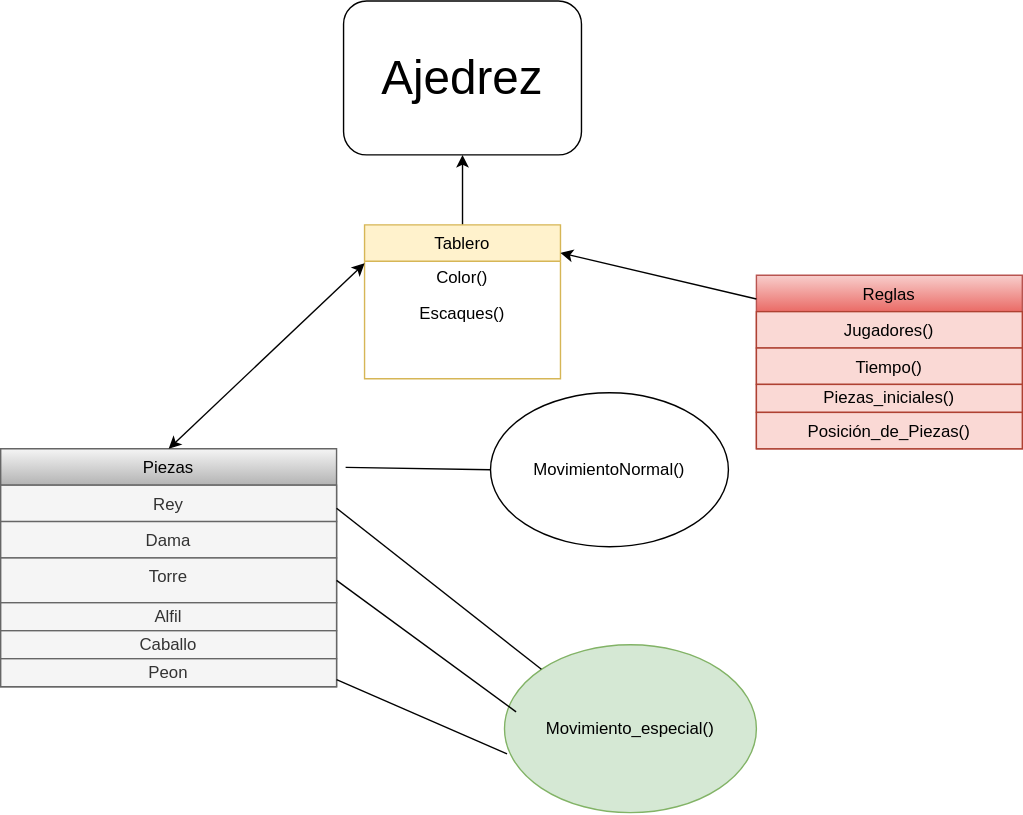
Before: ChessDiagram.svg, a diagram exported from draw.io (BROC95/JavaExerciseMinTicUTP). Source tidied: cells renumbered, new cells last; positions are measured from the earlier drawing's top-left corner, leaving out a move shared by most shapes. Source of this version:
```xml
<mxGraphModel>
  <root>
    <mxCell id="0" />
    <mxCell id="1" parent="0" />
    <mxCell id="2" value="Piezas" style="swimlane;fontStyle=0;horizontal=1;startSize=26;fillColor=#f5f5f5;strokeColor=#666666;gradientColor=#b3b3b3;" parent="1" vertex="1">
      <mxGeometry y="320" width="240" height="170" as="geometry" />
    </mxCell>
    <mxCell id="3" value="Rey" style="text;strokeColor=#666666;fillColor=#f5f5f5;align=center;verticalAlign=top;spacingLeft=4;spacingRight=4;overflow=hidden;fontColor=#333333;" parent="2" vertex="1">
      <mxGeometry y="26" width="240" height="26" as="geometry" />
    </mxCell>
    <mxCell id="4" value="Dama" style="text;strokeColor=#666666;fillColor=#f5f5f5;align=center;verticalAlign=top;spacingLeft=4;spacingRight=4;overflow=hidden;fontColor=#333333;" parent="2" vertex="1">
      <mxGeometry y="52" width="240" height="26" as="geometry" />
    </mxCell>
    <mxCell id="5" value="Torre" style="text;strokeColor=#666666;fillColor=#f5f5f5;align=center;verticalAlign=top;spacingLeft=4;spacingRight=4;overflow=hidden;points=[[0,0.5],[1,0.5]];portConstraint=eastwest;fontColor=#333333;" parent="2" vertex="1">
      <mxGeometry y="78" width="240" height="32" as="geometry" />
    </mxCell>
    <mxCell id="6" value="Alfil" style="text;html=1;strokeColor=#666666;fillColor=#f5f5f5;align=center;verticalAlign=middle;whiteSpace=wrap;rounded=0;fontColor=#333333;" parent="2" vertex="1">
      <mxGeometry y="110" width="240" height="20" as="geometry" />
    </mxCell>
    <mxCell id="7" value="Caballo" style="text;html=1;strokeColor=#666666;fillColor=#f5f5f5;align=center;verticalAlign=middle;whiteSpace=wrap;rounded=0;fontColor=#333333;" parent="2" vertex="1">
      <mxGeometry y="130" width="240" height="20" as="geometry" />
    </mxCell>
    <mxCell id="8" value="Peon" style="text;html=1;strokeColor=#666666;fillColor=#f5f5f5;align=center;verticalAlign=middle;whiteSpace=wrap;rounded=0;fontColor=#333333;" parent="2" vertex="1">
      <mxGeometry y="150" width="240" height="20" as="geometry" />
    </mxCell>
    <mxCell id="9" style="edgeStyle=orthogonalEdgeStyle;rounded=0;jettySize=auto;html=1;" parent="1" edge="1" source="10" target="25">
      <mxGeometry relative="1" as="geometry" />
    </mxCell>
    <mxCell id="10" value="Tablero" style="swimlane;fontStyle=0;horizontal=1;startSize=26;align=center;fillColor=#fff2cc;strokeColor=#d6b656;" parent="1" vertex="1">
      <mxGeometry x="260" y="160" width="140" height="110" as="geometry" />
    </mxCell>
    <mxCell id="11" value="Color()" style="text;html=1;strokeColor=none;fillColor=none;align=center;verticalAlign=middle;whiteSpace=wrap;rounded=0;" parent="10" vertex="1">
      <mxGeometry y="26" width="140" height="24" as="geometry" />
    </mxCell>
    <mxCell id="12" value="Escaques()" style="text;strokeColor=none;fillColor=none;align=center;verticalAlign=top;spacingLeft=4;spacingRight=4;overflow=hidden;" parent="10" vertex="1">
      <mxGeometry y="50" width="140" height="60" as="geometry" />
    </mxCell>
    <mxCell id="13" value="MovimientoNormal()" style="ellipse;whiteSpace=wrap;html=1;gradientColor=#FFFFFF;align=center;" parent="1" vertex="1">
      <mxGeometry x="350" y="280" width="170" height="110" as="geometry" />
    </mxCell>
    <mxCell id="14" value="Movimiento_especial()" style="ellipse;whiteSpace=wrap;html=1;align=center;labelBackgroundColor=none;fillColor=#d5e8d4;strokeColor=#82b366;" parent="1" vertex="1">
      <mxGeometry x="360" y="460" width="180" height="120" as="geometry" />
    </mxCell>
    <mxCell id="15" style="endArrow=none;html=1;exitX=1.027;exitY=0.078;exitDx=0;exitDy=0;exitPerimeter=0;entryX=0;entryY=0.5;entryDx=0;entryDy=0;" parent="1" edge="1" source="2" target="13">
      <mxGeometry relative="1" as="geometry" />
    </mxCell>
    <mxCell id="16" style="endArrow=none;html=1;exitX=1;exitY=0.75;exitDx=0;exitDy=0;entryX=0.01;entryY=0.65;entryDx=0;entryDy=0;entryPerimeter=0;" parent="1" edge="1" source="8" target="14">
      <mxGeometry relative="1" as="geometry" />
    </mxCell>
    <mxCell id="17" style="endArrow=none;html=1;exitX=1;exitY=0.25;exitDx=0;exitDy=0;entryX=0;entryY=0;entryDx=0;entryDy=0;" parent="1" edge="1" source="2" target="14">
      <mxGeometry relative="1" as="geometry" />
    </mxCell>
    <mxCell id="18" style="endArrow=none;html=1;entryX=0.046;entryY=0.4;entryDx=0;entryDy=0;entryPerimeter=0;exitX=1;exitY=0.5;exitDx=0;exitDy=0;" parent="1" edge="1" source="5" target="14">
      <mxGeometry relative="1" as="geometry" />
    </mxCell>
    <mxCell id="19" style="endArrow=classic;startArrow=classic;html=1;exitX=0.5;exitY=0;exitDx=0;exitDy=0;entryX=0;entryY=0.25;entryDx=0;entryDy=0;" parent="1" edge="1" source="2" target="10">
      <mxGeometry relative="1" as="geometry" />
    </mxCell>
    <mxCell id="20" value="Reglas" style="swimlane;fontStyle=0;horizontal=1;startSize=26;align=center;fillColor=#f8cecc;strokeColor=#b85450;gradientColor=#ea6b66;" parent="1" vertex="1">
      <mxGeometry x="540" y="196" width="190" height="124" as="geometry" />
    </mxCell>
    <mxCell id="21" value="Jugadores()" style="text;strokeColor=#ae4132;fillColor=#fad9d5;align=center;verticalAlign=top;spacingLeft=4;spacingRight=4;overflow=hidden;" parent="20" vertex="1">
      <mxGeometry y="26" width="190" height="26" as="geometry" />
    </mxCell>
    <mxCell id="22" value="Tiempo()" style="text;strokeColor=#ae4132;fillColor=#fad9d5;align=center;verticalAlign=top;spacingLeft=4;spacingRight=4;overflow=hidden;" parent="20" vertex="1">
      <mxGeometry y="52" width="190" height="26" as="geometry" />
    </mxCell>
    <mxCell id="23" value="Piezas_iniciales()" style="text;html=1;strokeColor=#ae4132;fillColor=#fad9d5;align=center;verticalAlign=middle;whiteSpace=wrap;rounded=0;" parent="20" vertex="1">
      <mxGeometry y="78" width="190" height="20" as="geometry" />
    </mxCell>
    <mxCell id="24" value="Posición_de_Piezas()" style="text;strokeColor=#ae4132;fillColor=#fad9d5;align=center;verticalAlign=top;spacingLeft=4;spacingRight=4;overflow=hidden;" parent="20" vertex="1">
      <mxGeometry y="98" width="190" height="26" as="geometry" />
    </mxCell>
    <mxCell id="25" value="&lt;font style=&quot;font-size: 34px&quot;&gt;Ajedrez&lt;/font&gt;" style="rounded=1;whiteSpace=wrap;html=1;gradientColor=#FFFFFF;align=center;" parent="1" vertex="1">
      <mxGeometry x="245" width="170" height="110" as="geometry" />
    </mxCell>
    <mxCell id="26" style="endArrow=classic;html=1;entryX=1;entryY=0.182;entryDx=0;entryDy=0;entryPerimeter=0;exitX=0;exitY=0.137;exitDx=0;exitDy=0;exitPerimeter=0;" parent="1" edge="1" source="20" target="10">
      <mxGeometry relative="1" as="geometry" />
    </mxCell>
  </root>
</mxGraphModel>
```
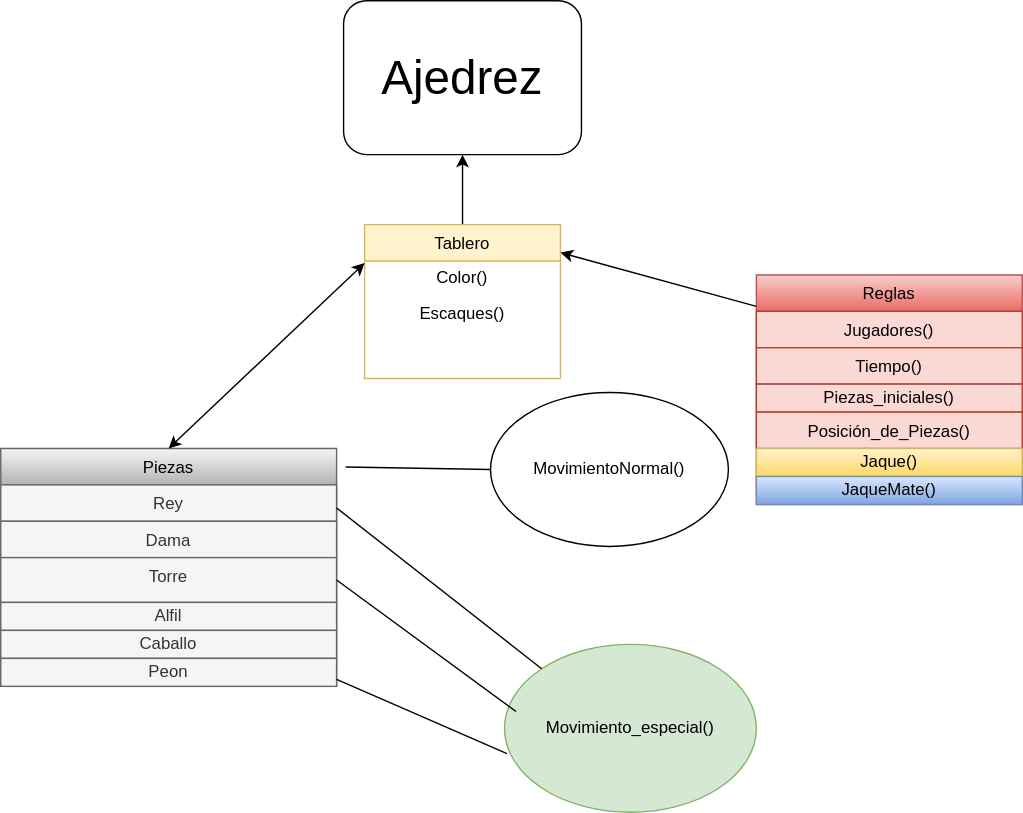
After the change.

Change to the diagram source:
```diff
@@ -57,7 +57,7 @@
       <mxGeometry relative="1" as="geometry" />
     </mxCell>
     <mxCell id="20" value="Reglas" style="swimlane;fontStyle=0;horizontal=1;startSize=26;align=center;fillColor=#f8cecc;strokeColor=#b85450;gradientColor=#ea6b66;" parent="1" vertex="1">
-      <mxGeometry x="540" y="196" width="190" height="124" as="geometry" />
+      <mxGeometry x="540" y="196" width="190" height="164" as="geometry" />
     </mxCell>
     <mxCell id="21" value="Jugadores()" style="text;strokeColor=#ae4132;fillColor=#fad9d5;align=center;verticalAlign=top;spacingLeft=4;spacingRight=4;overflow=hidden;" parent="20" vertex="1">
       <mxGeometry y="26" width="190" height="26" as="geometry" />
@@ -71,6 +71,12 @@
     <mxCell id="24" value="Posición_de_Piezas()" style="text;strokeColor=#ae4132;fillColor=#fad9d5;align=center;verticalAlign=top;spacingLeft=4;spacingRight=4;overflow=hidden;" parent="20" vertex="1">
       <mxGeometry y="98" width="190" height="26" as="geometry" />
     </mxCell>
+    <mxCell id="27" value="Jaque()" style="text;html=1;strokeColor=#d6b656;fillColor=#fff2cc;align=center;verticalAlign=middle;whiteSpace=wrap;rounded=0;labelBackgroundColor=none;gradientColor=#ffd966;" parent="20" vertex="1">
+      <mxGeometry y="124" width="190" height="20" as="geometry" />
+    </mxCell>
+    <mxCell id="28" value="JaqueMate()" style="text;html=1;strokeColor=#6c8ebf;fillColor=#dae8fc;align=center;verticalAlign=middle;whiteSpace=wrap;rounded=0;labelBackgroundColor=none;gradientColor=#7ea6e0;" parent="20" vertex="1">
+      <mxGeometry y="144" width="190" height="20" as="geometry" />
+    </mxCell>
     <mxCell id="25" value="&lt;font style=&quot;font-size: 34px&quot;&gt;Ajedrez&lt;/font&gt;" style="rounded=1;whiteSpace=wrap;html=1;gradientColor=#FFFFFF;align=center;" parent="1" vertex="1">
       <mxGeometry x="245" width="170" height="110" as="geometry" />
     </mxCell>
```
